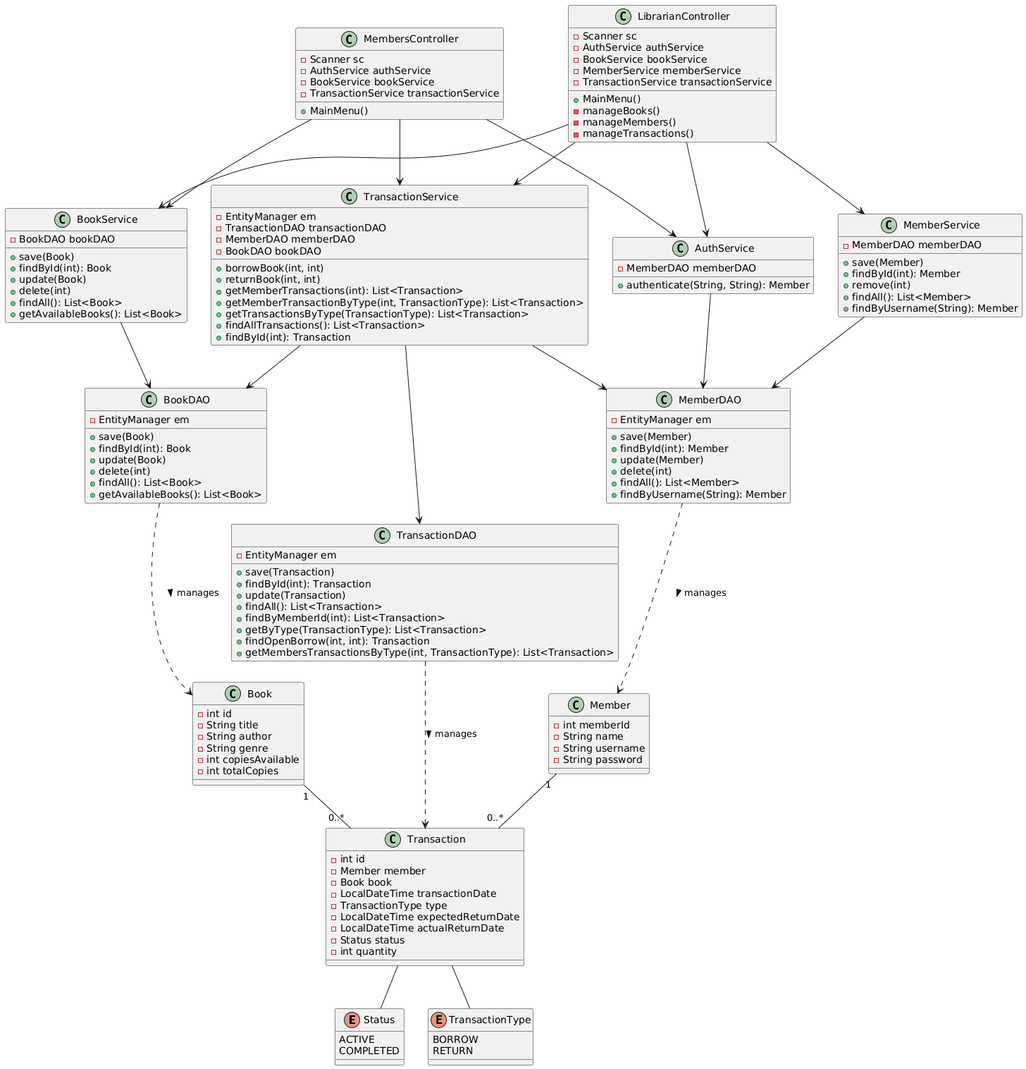
Before: diagrams/ClassDiagramUML.png, a diagram exported from PlantUML (sri14-git/Library-Management-System-CLI). Its diagram source:
```plantuml
@startuml
enum Status {
    ACTIVE
    COMPLETED
}

enum TransactionType {
    BORROW
    RETURN
}

class LibrarianController {
    -Scanner sc
    -AuthService authService
    -BookService bookService
    -MemberService memberService
    -TransactionService transactionService
    +MainMenu()
    -manageBooks()
    -manageMembers()
    -manageTransactions()
}

class MembersController {
    -Scanner sc
    -AuthService authService
    -BookService bookService
    -TransactionService transactionService
    +MainMenu()
}

class Book {
    -int id
    -String title
    -String author
    -String genre
    -int copiesAvailable
    -int totalCopies
}

class Member {
    -int memberId
    -String name
    -String username
    -String password
}

class Transaction {
    -int id
    -Member member
    -Book book
    -LocalDateTime transactionDate
    -TransactionType type
    -LocalDateTime expectedReturnDate
    -LocalDateTime actualReturnDate
    -Status status
    -int quantity
}

class AuthService {
    -MemberDAO memberDAO
    +authenticate(String, String): Member
}

class BookService {
    -BookDAO bookDAO
    +save(Book)
    +findById(int): Book
    +update(Book)
    +delete(int)
    +findAll(): List<Book>
    +getAvailableBooks(): List<Book>
}

class MemberService {
    -MemberDAO memberDAO
    +save(Member)
    +findById(int): Member
    +remove(int)
    +findAll(): List<Member>
    +findByUsername(String): Member
}

class TransactionService {
    -EntityManager em
    -TransactionDAO transactionDAO
    -MemberDAO memberDAO
    -BookDAO bookDAO
    +borrowBook(int, int)
    +returnBook(int, int)
    +getMemberTransactions(int): List<Transaction>
    +getMemberTransactionByType(int, TransactionType): List<Transaction>
    +getTransactionsByType(TransactionType): List<Transaction>
    +findAllTransactions(): List<Transaction>
    +findById(int): Transaction
}

class BookDAO {
    -EntityManager em
    +save(Book)
    +findById(int): Book
    +update(Book)
    +delete(int)
    +findAll(): List<Book>
    +getAvailableBooks(): List<Book>
}

class MemberDAO {
    -EntityManager em
    +save(Member)
    +findById(int): Member
    +update(Member)
    +delete(int)
    +findAll(): List<Member>
    +findByUsername(String): Member
}

class TransactionDAO {
    -EntityManager em
    +save(Transaction)
    +findById(int): Transaction
    +update(Transaction)
    +findAll(): List<Transaction>
    +findByMemberId(int): List<Transaction>
    +getByType(TransactionType): List<Transaction>
    +findOpenBorrow(int, int): Transaction
    +getMembersTransactionsByType(int, TransactionType): List<Transaction>
}

LibrarianController --> AuthService
LibrarianController --> BookService
LibrarianController --> MemberService
LibrarianController --> TransactionService

MembersController --> AuthService
MembersController --> BookService
MembersController --> TransactionService

Book "1" -- "0..*" Transaction
Member "1" -- "0..*" Transaction
Transaction -- Status
Transaction -- TransactionType

BookService --> BookDAO
MemberService --> MemberDAO
TransactionService --> TransactionDAO
TransactionService --> BookDAO
TransactionService --> MemberDAO
AuthService --> MemberDAO
TransactionDAO ..> Transaction : manages >
BookDAO ..> Book : manages >
MemberDAO ..> Member : manages >
@enduml
```
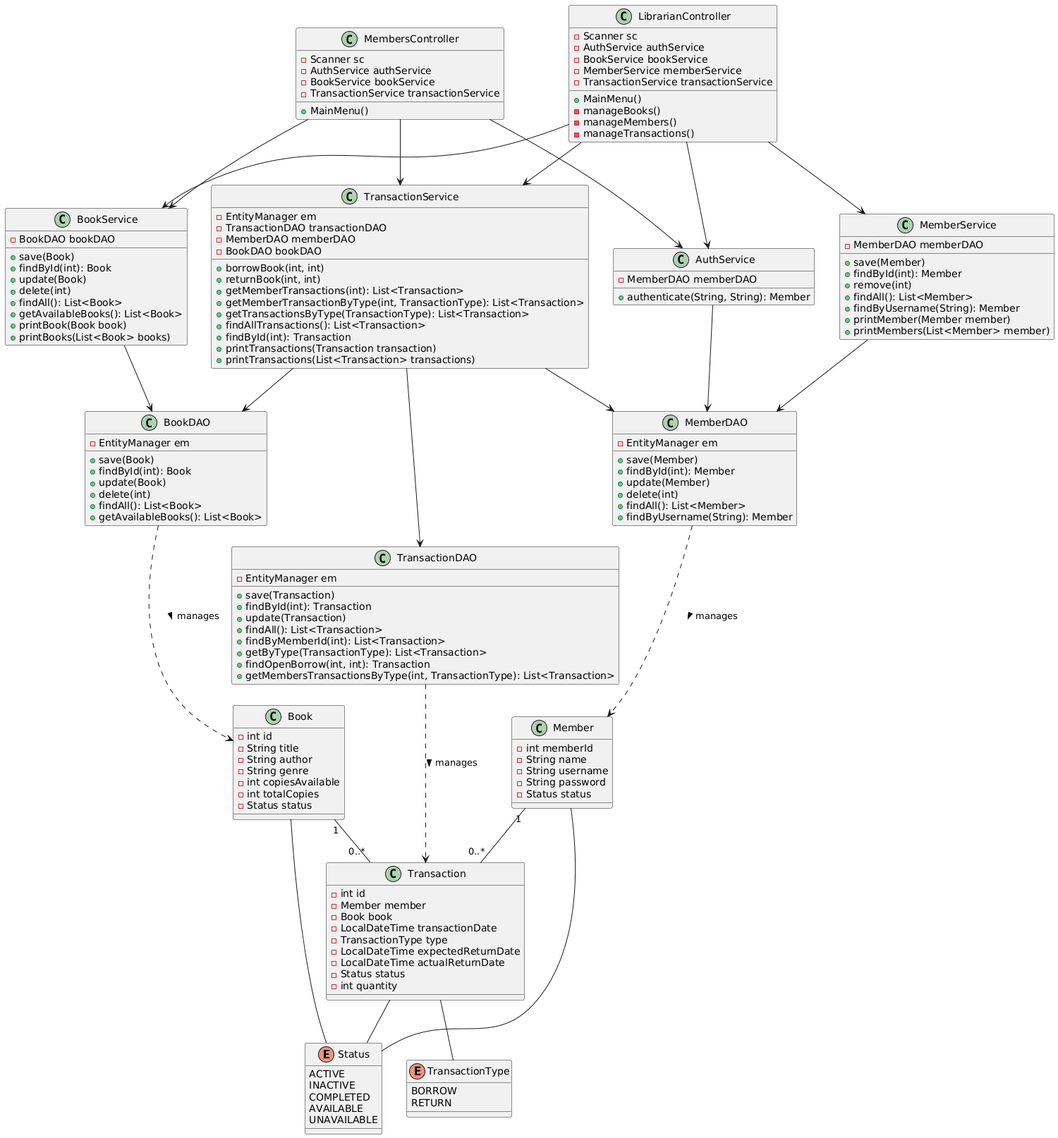
Later version of the same file.

Diff of the diagram source:
```diff
@@ -1,7 +1,10 @@
 @startuml
 enum Status {
     ACTIVE
-    COMPLETED
+INACTIVE
+COMPLETED
+AVAILABLE
+UNAVAILABLE
 }
 
 enum TransactionType {
@@ -36,6 +39,8 @@
     -String genre
     -int copiesAvailable
     -int totalCopies
+-Status status
+
 }
 
 class Member {
@@ -43,6 +48,10 @@
     -String name
     -String username
     -String password
+-Status status
+
+
+
 }
 
 class Transaction {
@@ -70,6 +79,8 @@
     +delete(int)
     +findAll(): List<Book>
     +getAvailableBooks(): List<Book>
++printBook(Book book)
++printBooks(List<Book> books)
 }
 
 class MemberService {
@@ -79,6 +90,8 @@
     +remove(int)
     +findAll(): List<Member>
     +findByUsername(String): Member
++printMember(Member member)
++printMembers(List<Member> member)
 }
 
 class TransactionService {
@@ -93,6 +106,8 @@
     +getTransactionsByType(TransactionType): List<Transaction>
     +findAllTransactions(): List<Transaction>
     +findById(int): Transaction
++printTransactions(Transaction transaction)
++printTransactions(List<Transaction> transactions)
 }
 
 class BookDAO {
@@ -140,6 +155,8 @@
 Member "1" -- "0..*" Transaction
 Transaction -- Status
 Transaction -- TransactionType
+Book -- Status
+Member -- Status
 
 BookService --> BookDAO
 MemberService --> MemberDAO
```
